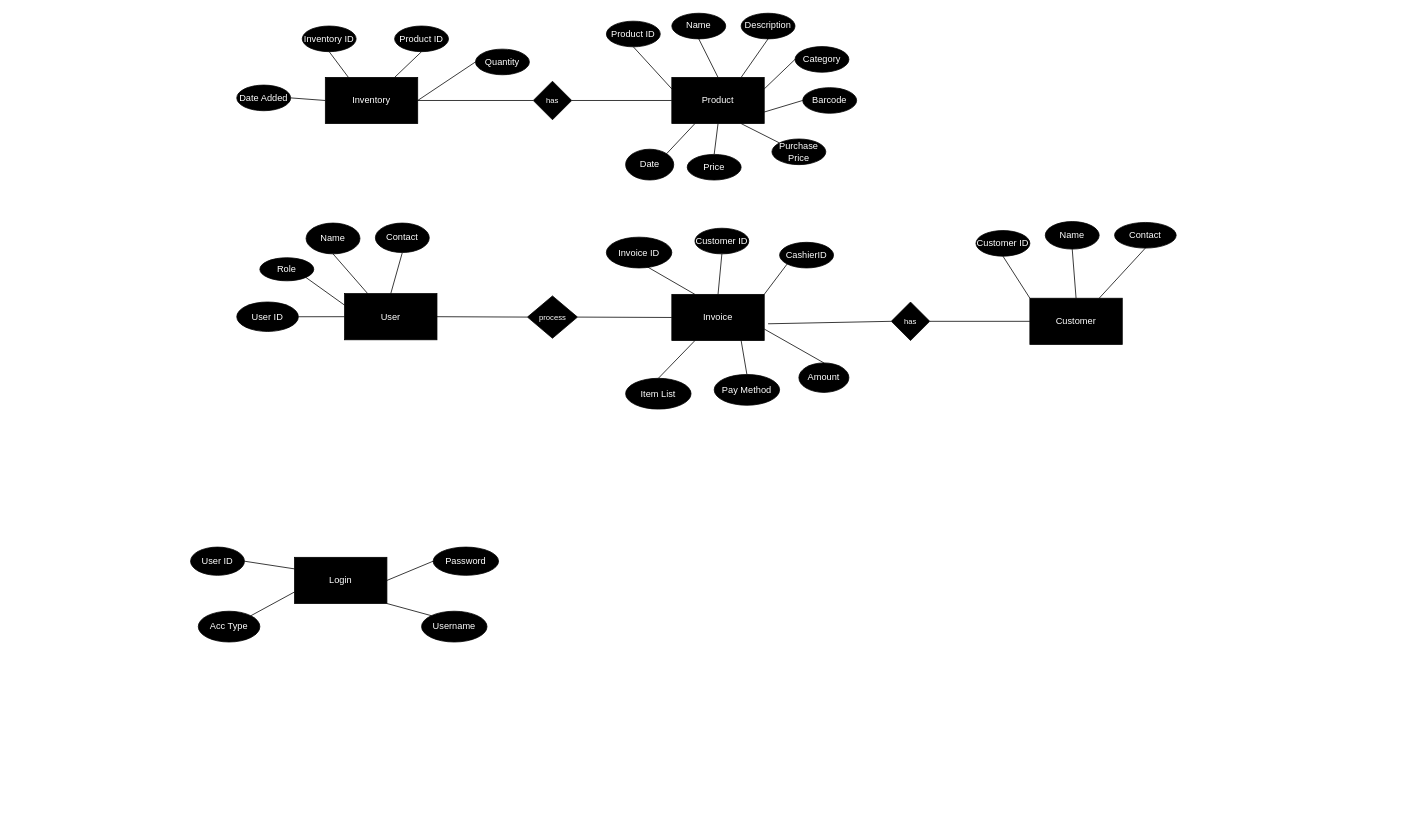
vishwapinnawala/POSCyber keeps this draw.io diagram as POS-Cyber.drawio. Above is the earlier version. Source tidied: cells renumbered, new cells numbered last; positions are measured from the earlier drawing's top-left corner, leaving out a move shared by most shapes. Both pictures are drawn from the tidied source at 77%, with x=0, y=0 at pixel (190, 13).
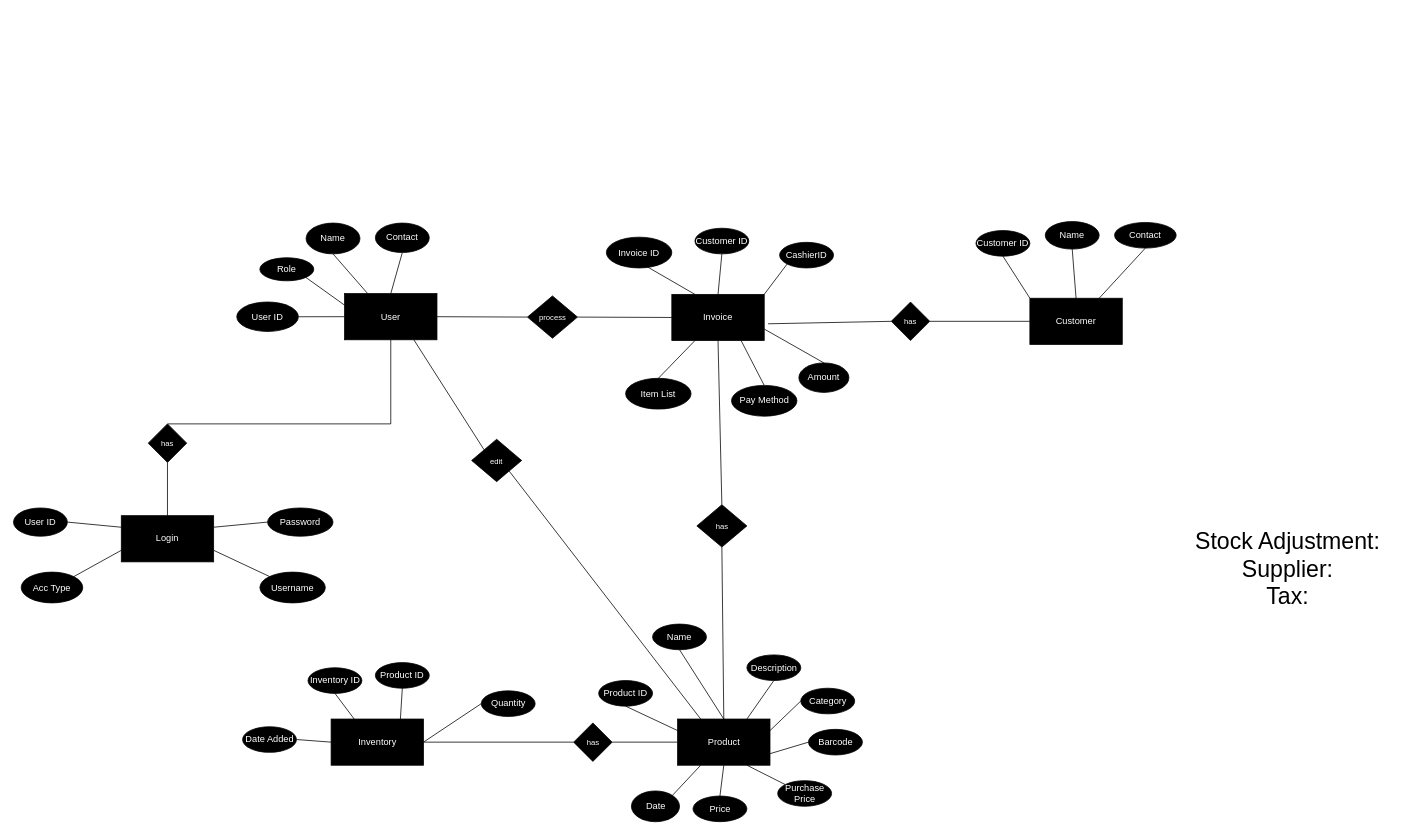
After the change.

Unchanged cells that the change refers to:
```xml
<mxCell id="2" value="&lt;font color=&quot;#ffffff&quot;&gt;User&lt;/font&gt;" style="rounded=0;whiteSpace=wrap;html=1;fillColor=#000000;" parent="1" vertex="1">
  <mxGeometry x="200" y="363.8" width="120" height="60" as="geometry" />
</mxCell>
<mxCell id="5" value="&lt;font color=&quot;#ffffff&quot;&gt;Invoice&lt;/font&gt;" style="rounded=0;whiteSpace=wrap;html=1;fillColor=#000000;" parent="1" vertex="1">
  <mxGeometry x="625" y="364.8" width="120" height="60" as="geometry" />
</mxCell>
```

What changed in the source:
```diff
@@
     <mxCell id="4" value="&lt;font color=&quot;#ffffff&quot;&gt;Inventory&lt;/font&gt;" style="rounded=0;whiteSpace=wrap;html=1;fillColor=#000000;" parent="1" vertex="1">
-      <mxGeometry x="175" y="83" width="120" height="60" as="geometry" />
+      <mxGeometry x="182.5" y="916.3" width="120" height="60" as="geometry" />
     </mxCell>
@@
     <mxCell id="9" value="Username" style="ellipse;whiteSpace=wrap;html=1;fontColor=#FFFFFF;fillColor=#000000;" parent="1" vertex="1">
-      <mxGeometry x="300" y="776.3" width="85" height="40" as="geometry" />
+      <mxGeometry x="90" y="725.5" width="85" height="40" as="geometry" />
     </mxCell>
     <mxCell id="10" value="Password" style="ellipse;whiteSpace=wrap;html=1;fontColor=#FFFFFF;fillColor=#000000;" parent="1" vertex="1">
-      <mxGeometry x="315" y="693" width="85" height="36.7" as="geometry" />
+      <mxGeometry x="100" y="642.2" width="85" height="36.7" as="geometry" />
     </mxCell>
     <mxCell id="11" value="&lt;font color=&quot;#ffffff&quot;&gt;Login&lt;/font&gt;" style="rounded=0;whiteSpace=wrap;html=1;fillColor=#000000;" parent="1" vertex="1">
-      <mxGeometry x="135" y="706.3" width="120" height="60" as="geometry" />
+      <mxGeometry x="-90" y="652.2" width="120" height="60" as="geometry" />
     </mxCell>
     <mxCell id="12" value="User ID" style="ellipse;whiteSpace=wrap;html=1;fontColor=#FFFFFF;fillColor=#000000;" parent="1" vertex="1">
-      <mxGeometry y="693" width="70" height="36.7" as="geometry" />
+      <mxGeometry x="-230" y="642.2" width="70" height="36.7" as="geometry" />
     </mxCell>
     <mxCell id="13" value="Acc Type" style="ellipse;whiteSpace=wrap;html=1;fontColor=#FFFFFF;fillColor=#000000;" parent="1" vertex="1">
-      <mxGeometry x="10" y="776.3" width="80" height="40" as="geometry" />
+      <mxGeometry x="-220" y="725.5" width="80" height="40" as="geometry" />
     </mxCell>
@@
     <mxCell id="20" value="Date " style="ellipse;whiteSpace=wrap;html=1;fontColor=#FFFFFF;fillColor=#000000;" parent="1" vertex="1">
-      <mxGeometry x="565" y="176.3" width="62.5" height="40" as="geometry" />
+      <mxGeometry x="572.5" y="1009.7" width="62.5" height="40" as="geometry" />
     </mxCell>
@@
     <mxCell id="24" value="&lt;font color=&quot;#ffffff&quot;&gt;Product&lt;/font&gt;" style="rounded=0;whiteSpace=wrap;html=1;fillColor=#000000;" parent="1" vertex="1">
-      <mxGeometry x="625" y="83" width="120" height="60" as="geometry" />
+      <mxGeometry x="632.5" y="916.3" width="120" height="60" as="geometry" />
     </mxCell>
@@
     <mxCell id="26" value="Product ID" style="ellipse;whiteSpace=wrap;html=1;fontColor=#FFFFFF;fillColor=#000000;" parent="1" vertex="1">
-      <mxGeometry x="540" y="10" width="70" height="33.3" as="geometry" />
+      <mxGeometry x="530" y="866.3" width="70" height="33.3" as="geometry" />
     </mxCell>
     <mxCell id="27" value="Barcode" style="ellipse;whiteSpace=wrap;html=1;fontColor=#FFFFFF;fillColor=#000000;" parent="1" vertex="1">
-      <mxGeometry x="795" y="96.3" width="70" height="33.3" as="geometry" />
+      <mxGeometry x="802.5" y="929.7" width="70" height="33.3" as="geometry" />
     </mxCell>
     <mxCell id="28" value="Price" style="ellipse;whiteSpace=wrap;html=1;fontColor=#FFFFFF;fillColor=#000000;" parent="1" vertex="1">
-      <mxGeometry x="645" y="183" width="70" height="33.3" as="geometry" />
+      <mxGeometry x="652.5" y="1016.3" width="70" height="33.3" as="geometry" />
     </mxCell>
     <mxCell id="29" value="Category" style="ellipse;whiteSpace=wrap;html=1;fontColor=#FFFFFF;fillColor=#000000;" parent="1" vertex="1">
-      <mxGeometry x="785" y="43" width="70" height="33.3" as="geometry" />
+      <mxGeometry x="792.5" y="876.3" width="70" height="33.3" as="geometry" />
     </mxCell>
     <mxCell id="30" value="Description" style="ellipse;whiteSpace=wrap;html=1;fontColor=#FFFFFF;fillColor=#000000;" parent="1" vertex="1">
-      <mxGeometry x="715" y="-0.3" width="70" height="33.3" as="geometry" />
+      <mxGeometry x="722.5" y="833" width="70" height="33.3" as="geometry" />
     </mxCell>
     <mxCell id="31" value="Name" style="ellipse;whiteSpace=wrap;html=1;fontColor=#FFFFFF;fillColor=#000000;" parent="1" vertex="1">
-      <mxGeometry x="625" y="-0.3" width="70" height="33.3" as="geometry" />
+      <mxGeometry x="600" y="793" width="70" height="33.3" as="geometry" />
     </mxCell>
     <mxCell id="32" value="Inventory ID" style="ellipse;whiteSpace=wrap;html=1;fontColor=#FFFFFF;fillColor=#000000;" parent="1" vertex="1">
-      <mxGeometry x="145" y="16.3" width="70" height="33.3" as="geometry" />
+      <mxGeometry x="152.5" y="849.7" width="70" height="33.3" as="geometry" />
     </mxCell>
     <mxCell id="33" value="Quantity" style="ellipse;whiteSpace=wrap;html=1;fontColor=#FFFFFF;fillColor=#000000;" parent="1" vertex="1">
-      <mxGeometry x="370" y="46.3" width="70" height="33.3" as="geometry" />
+      <mxGeometry x="377.5" y="879.7" width="70" height="33.3" as="geometry" />
     </mxCell>
     <mxCell id="34" value="Product ID" style="ellipse;whiteSpace=wrap;html=1;fontColor=#FFFFFF;fillColor=#000000;" parent="1" vertex="1">
-      <mxGeometry x="265" y="16.3" width="70" height="33.3" as="geometry" />
+      <mxGeometry x="240" y="843" width="70" height="33.3" as="geometry" />
     </mxCell>
     <mxCell id="35" value="Date Added" style="ellipse;whiteSpace=wrap;html=1;fontColor=#FFFFFF;fillColor=#000000;" parent="1" vertex="1">
-      <mxGeometry x="60" y="93" width="70" height="33.3" as="geometry" />
+      <mxGeometry x="67.5" y="926.3" width="70" height="33.3" as="geometry" />
     </mxCell>
     <mxCell id="36" value="Pay Method" style="ellipse;whiteSpace=wrap;html=1;fontColor=#FFFFFF;fillColor=#000000;" parent="1" vertex="1">
-      <mxGeometry x="680" y="468.8" width="85" height="40" as="geometry" />
+      <mxGeometry x="702.5" y="483" width="85" height="40" as="geometry" />
     </mxCell>
@@
     <mxCell id="38" value="Purchase Price" style="ellipse;whiteSpace=wrap;html=1;fontColor=#FFFFFF;fillColor=#000000;" parent="1" vertex="1">
-      <mxGeometry x="755" y="163" width="70" height="33.3" as="geometry" />
+      <mxGeometry x="762.5" y="996.3" width="70" height="33.3" as="geometry" />
     </mxCell>
@@
-    <mxCell id="67" style="endArrow=none;html=1;rounded=0;exitX=1;exitY=0.5;exitDx=0;exitDy=0;entryX=0;entryY=0.5;entryDx=0;entryDy=0;" parent="1" edge="1" source="11" target="10">
+    <mxCell id="67" style="endArrow=none;html=1;rounded=0;exitX=1;exitY=0.25;exitDx=0;exitDy=0;entryX=0;entryY=0.5;entryDx=0;entryDy=0;" parent="1" edge="1" source="11" target="10">
       <mxGeometry relative="1" as="geometry" />
     </mxCell>
-    <mxCell id="68" style="endArrow=none;html=1;rounded=0;entryX=1;entryY=1;entryDx=0;entryDy=0;exitX=0;exitY=0;exitDx=0;exitDy=0;" parent="1" edge="1" source="9" target="11">
+    <mxCell id="68" style="endArrow=none;html=1;rounded=0;entryX=1;entryY=0.75;entryDx=0;entryDy=0;exitX=0;exitY=0;exitDx=0;exitDy=0;" parent="1" edge="1" source="9" target="11">
       <mxGeometry relative="1" as="geometry" />
     </mxCell>
     <mxCell id="69" value="&lt;font style=&quot;font-size: 10px;&quot; color=&quot;#ffffff&quot;&gt;has&lt;/font&gt;" style="rhombus;whiteSpace=wrap;html=1;fillColor=#000000;" parent="1" vertex="1">
-      <mxGeometry x="445" y="88" width="50" height="50" as="geometry" />
+      <mxGeometry x="497.5" y="921.3" width="50" height="50" as="geometry" />
     </mxCell>
@@
+    <mxCell id="76" value="&lt;font style=&quot;font-size: 10px;&quot; color=&quot;#ffffff&quot;&gt;has&lt;/font&gt;" style="rhombus;whiteSpace=wrap;html=1;fillColor=#000000;" parent="1" vertex="1">
+      <mxGeometry x="-55" y="533" width="50" height="50" as="geometry" />
+    </mxCell>
+    <mxCell id="77" style="endArrow=none;html=1;rounded=0;exitX=0.5;exitY=0;exitDx=0;exitDy=0;entryX=0.5;entryY=1;entryDx=0;entryDy=0;" parent="1" edge="1" source="76" target="2">
+      <mxGeometry relative="1" as="geometry">
+        <Array as="points">
+          <mxPoint x="260" y="533" />
+        </Array>
+      </mxGeometry>
+    </mxCell>
+    <mxCell id="78" style="endArrow=none;html=1;rounded=0;exitX=0.5;exitY=0;exitDx=0;exitDy=0;entryX=0.5;entryY=1;entryDx=0;entryDy=0;" parent="1" edge="1" source="11" target="76">
+      <mxGeometry relative="1" as="geometry" />
+    </mxCell>
+    <mxCell id="79" value="&lt;font style=&quot;font-size: 10px;&quot; color=&quot;#ffffff&quot;&gt;has&lt;/font&gt;" style="rhombus;whiteSpace=wrap;html=1;fillColor=#000000;" parent="1" vertex="1">
+      <mxGeometry x="657.5" y="638" width="65" height="55" as="geometry" />
+    </mxCell>
+    <mxCell id="80" style="endArrow=none;html=1;rounded=0;entryX=0.5;entryY=1;entryDx=0;entryDy=0;exitX=0.5;exitY=0;exitDx=0;exitDy=0;" parent="1" edge="1" source="79" target="5">
+      <mxGeometry relative="1" as="geometry" />
+    </mxCell>
+    <mxCell id="81" style="endArrow=none;html=1;rounded=0;exitX=0.5;exitY=1;exitDx=0;exitDy=0;entryX=0.5;entryY=0;entryDx=0;entryDy=0;" parent="1" edge="1" source="79" target="24">
+      <mxGeometry relative="1" as="geometry" />
+    </mxCell>
+    <mxCell id="82" value="&lt;font style=&quot;font-size: 10px;&quot; color=&quot;#ffffff&quot;&gt;edit&lt;/font&gt;" style="rhombus;whiteSpace=wrap;html=1;fillColor=#000000;" parent="1" vertex="1">
+      <mxGeometry x="365" y="553" width="65" height="55" as="geometry" />
+    </mxCell>
+    <mxCell id="83" style="endArrow=none;html=1;rounded=0;exitX=0.75;exitY=1;exitDx=0;exitDy=0;entryX=0;entryY=0;entryDx=0;entryDy=0;" parent="1" edge="1" source="2" target="82">
+      <mxGeometry relative="1" as="geometry" />
+    </mxCell>
+    <mxCell id="84" style="endArrow=none;html=1;rounded=0;entryX=1;entryY=1;entryDx=0;entryDy=0;exitX=0.25;exitY=0;exitDx=0;exitDy=0;" parent="1" edge="1" source="24" target="82">
+      <mxGeometry relative="1" as="geometry" />
+    </mxCell>
+    <mxCell id="85" value="&lt;font style=&quot;font-size: 30px;&quot;&gt;&lt;br&gt;Stock Adjustment:&lt;br&gt;Supplier:&lt;br&gt;Tax:&lt;br&gt;&lt;ul style=&quot;border: 0px solid rgb(217, 217, 227); box-sizing: border-box; --tw-border-spacing-x: 0; --tw-border-spacing-y: 0; --tw-translate-x: 0; --tw-translate-y: 0; --tw-rotate: 0; --tw-skew-x: 0; --tw-skew-y: 0; --tw-scale-x: 1; --tw-scale-y: 1; --tw-pan-x: ; --tw-pan-y: ; --tw-pinch-zoom: ; --tw-scroll-snap-strictness: proximity; --tw-gradient-from-position: ; --tw-gradient-via-position: ; --tw-gradient-to-position: ; --tw-ordinal: ; --tw-slashed-zero: ; --tw-numeric-figure: ; --tw-numeric-spacing: ; --tw-numeric-fraction: ; --tw-ring-inset: ; --tw-ring-offset-width: 0px; --tw-ring-offset-color: #fff; --tw-ring-color: rgba(69,89,164,.5); --tw-ring-offset-shadow: 0 0 transparent; --tw-ring-shadow: 0 0 transparent; --tw-shadow: 0 0 transparent; --tw-shadow-colored: 0 0 transparent; --tw-blur: ; --tw-brightness: ; --tw-contrast: ; --tw-grayscale: ; --tw-hue-rotate: ; --tw-invert: ; --tw-saturate: ; --tw-sepia: ; --tw-drop-shadow: ; --tw-backdrop-blur: ; --tw-backdrop-brightness: ; --tw-backdrop-contrast: ; --tw-backdrop-grayscale: ; --tw-backdrop-hue-rotate: ; --tw-backdrop-invert: ; --tw-backdrop-opacity: ; --tw-backdrop-saturate: ; --tw-backdrop-sepia: ; list-style-position: initial; list-style-image: initial; margin: 0px 0px 0px 1rem; padding: 0px; display: flex; flex-direction: column; color: rgb(209, 213, 219); font-family: Söhne, ui-sans-serif, system-ui, -apple-system, &amp;quot;Segoe UI&amp;quot;, Roboto, Ubuntu, Cantarell, &amp;quot;Noto Sans&amp;quot;, sans-serif, &amp;quot;Helvetica Neue&amp;quot;, Arial, &amp;quot;Apple Color Emoji&amp;quot;, &amp;quot;Segoe UI Emoji&amp;quot;, &amp;quot;Segoe UI Symbol&amp;quot;, &amp;quot;Noto Color Emoji&amp;quot;; font-size: 16px; text-align: left; background-color: rgb(68, 70, 84);&quot;&gt;&lt;/ul&gt;&lt;/font&gt;" style="text;html=1;strokeColor=none;fillColor=none;align=center;verticalAlign=middle;whiteSpace=wrap;rounded=0;" parent="1" vertex="1">
+      <mxGeometry x="1290" y="513" width="270" height="380" as="geometry" />
+    </mxCell>
```
